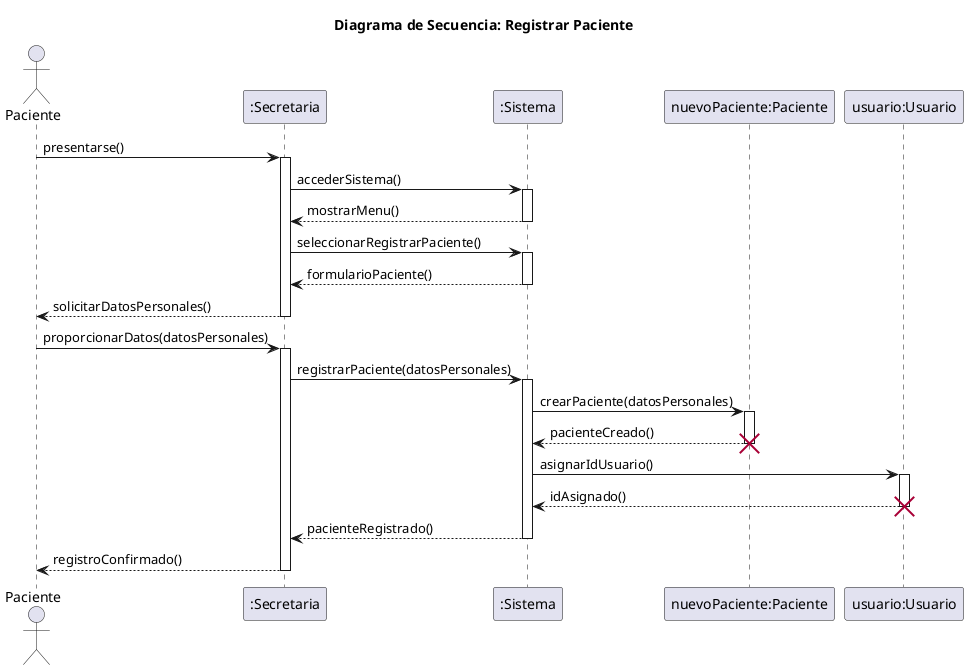
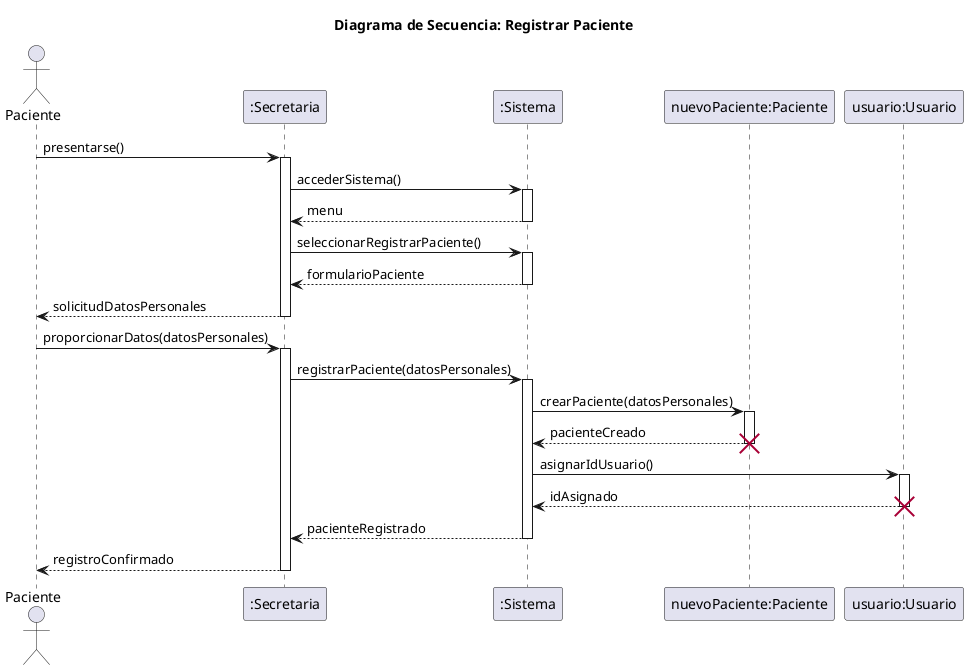
- @startuml registrarPaciente
+ @startuml
title Diagrama de Secuencia: Registrar Paciente

actor Paciente
participant ":Secretaria" as secretaria
participant ":Sistema" as sistema
participant "nuevoPaciente:Paciente" as nuevoPaciente
participant "usuario:Usuario" as usuario

Paciente -> secretaria: presentarse()
activate secretaria
secretaria -> sistema: accederSistema()
activate sistema
- sistema --> secretaria: mostrarMenu()
+ sistema --> secretaria: menu
deactivate sistema
secretaria -> sistema: seleccionarRegistrarPaciente()
activate sistema
- sistema --> secretaria: formularioPaciente()
+ sistema --> secretaria: formularioPaciente
deactivate sistema
- secretaria --> Paciente: solicitarDatosPersonales()
+ secretaria --> Paciente: solicitudDatosPersonales
deactivate secretaria

Paciente -> secretaria: proporcionarDatos(datosPersonales)
activate secretaria
secretaria -> sistema: registrarPaciente(datosPersonales)
activate sistema
sistema -> nuevoPaciente: crearPaciente(datosPersonales)
activate nuevoPaciente
- nuevoPaciente --> sistema: pacienteCreado()
+ nuevoPaciente --> sistema: pacienteCreado
deactivate nuevoPaciente
destroy nuevoPaciente

sistema -> usuario: asignarIdUsuario()
activate usuario
- usuario --> sistema: idAsignado()
+ usuario --> sistema: idAsignado
deactivate usuario
destroy usuario

- sistema --> secretaria: pacienteRegistrado()
+ sistema --> secretaria: pacienteRegistrado
deactivate sistema
- secretaria --> Paciente: registroConfirmado()
+ secretaria --> Paciente: registroConfirmado
deactivate secretaria
@enduml